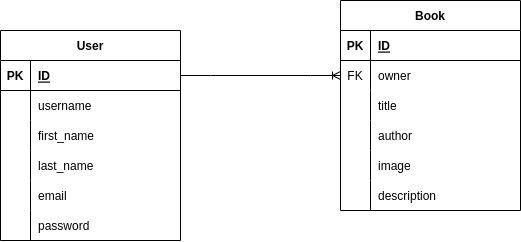
sobirjonovme/book_exchange_api keeps this draw.io diagram as Book_Exchange.drawio.png. Above is the earlier version. Source tidied: cells renumbered, new cells last; positions are measured from the earlier drawing's top-left corner, leaving out a move shared by most shapes.
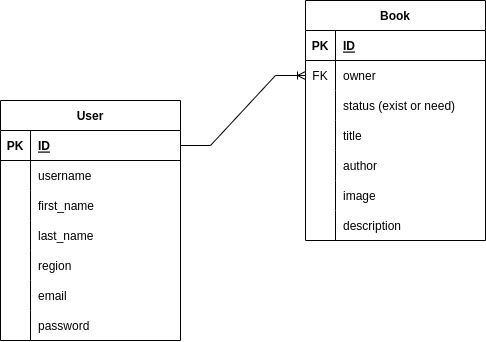
Later version of the same file.

What changed in the source:
```diff
@@ -3,7 +3,7 @@
     <mxCell id="0" />
     <mxCell id="1" parent="0" />
     <mxCell id="2" value="User" style="shape=table;startSize=30;rowLines=0;fontStyle=1;align=center;" parent="1" vertex="1">
-      <mxGeometry y="30" width="180" height="210" as="geometry" />
+      <mxGeometry y="30" width="180" height="240" as="geometry" />
     </mxCell>
     <mxCell id="3" style="shape=tableRow;horizontal=0;startSize=0;swimlaneHead=0;swimlaneBody=0;fillColor=none;points=[[0,0.5],[1,0.5]];portConstraint=eastwest;top=0;left=0;right=0;bottom=1;" parent="2" vertex="1">
       <mxGeometry y="30" width="180" height="30" as="geometry" />
@@ -41,8 +41,17 @@
     <mxCell id="14" value="last_name" style="shape=partialRectangle;fillColor=none;top=0;left=0;bottom=0;right=0;align=left;spacingLeft=6;overflow=hidden;" parent="12" vertex="1">
       <mxGeometry x="30" width="150" height="30" as="geometry" />
     </mxCell>
+    <mxCell id="41" style="shape=tableRow;horizontal=0;startSize=0;swimlaneHead=0;swimlaneBody=0;fillColor=none;top=0;left=0;right=0;bottom=0;" parent="2" vertex="1">
+      <mxGeometry y="150" width="180" height="30" as="geometry" />
+    </mxCell>
+    <mxCell id="42" style="shape=partialRectangle;fillColor=none;top=0;left=0;bottom=0;right=0;overflow=hidden;" parent="41" vertex="1">
+      <mxGeometry width="30" height="30" as="geometry" />
+    </mxCell>
+    <mxCell id="43" value="region" style="shape=partialRectangle;fillColor=none;top=0;left=0;bottom=0;right=0;align=left;spacingLeft=6;overflow=hidden;" parent="41" vertex="1">
+      <mxGeometry x="30" width="150" height="30" as="geometry" />
+    </mxCell>
     <mxCell id="15" style="shape=tableRow;horizontal=0;startSize=0;swimlaneHead=0;swimlaneBody=0;fillColor=none;top=0;left=0;right=0;bottom=0;" parent="2" vertex="1">
-      <mxGeometry y="150" width="180" height="30" as="geometry" />
+      <mxGeometry y="180" width="180" height="30" as="geometry" />
     </mxCell>
     <mxCell id="16" style="shape=partialRectangle;fillColor=none;top=0;left=0;bottom=0;right=0;overflow=hidden;" parent="15" vertex="1">
       <mxGeometry width="30" height="30" as="geometry" />
@@ -51,7 +60,7 @@
       <mxGeometry x="30" width="150" height="30" as="geometry" />
     </mxCell>
     <mxCell id="18" style="shape=tableRow;horizontal=0;startSize=0;swimlaneHead=0;swimlaneBody=0;fillColor=none;top=0;left=0;right=0;bottom=0;" parent="2" vertex="1">
-      <mxGeometry y="180" width="180" height="30" as="geometry" />
+      <mxGeometry y="210" width="180" height="30" as="geometry" />
     </mxCell>
     <mxCell id="19" style="shape=partialRectangle;fillColor=none;top=0;left=0;bottom=0;right=0;overflow=hidden;" parent="18" vertex="1">
       <mxGeometry width="30" height="30" as="geometry" />
@@ -60,7 +69,7 @@
       <mxGeometry x="30" width="150" height="30" as="geometry" />
     </mxCell>
     <mxCell id="21" value="Book" style="shape=table;startSize=30;rowLines=0;fontStyle=1;align=center;" parent="1" vertex="1">
-      <mxGeometry x="340" width="180" height="210" as="geometry" />
+      <mxGeometry x="305" y="-70" width="180" height="240" as="geometry" />
     </mxCell>
     <mxCell id="22" style="shape=tableRow;horizontal=0;startSize=0;swimlaneHead=0;swimlaneBody=0;fillColor=none;top=0;left=0;right=0;bottom=1;" parent="21" vertex="1">
       <mxGeometry y="30" width="180" height="30" as="geometry" />
@@ -80,8 +89,17 @@
     <mxCell id="27" value="owner" style="shape=partialRectangle;fillColor=none;top=0;left=0;bottom=0;right=0;align=left;spacingLeft=6;overflow=hidden;" parent="25" vertex="1">
       <mxGeometry x="30" width="150" height="30" as="geometry" />
     </mxCell>
+    <mxCell id="44" style="shape=tableRow;horizontal=0;startSize=0;swimlaneHead=0;swimlaneBody=0;fillColor=none;top=0;left=0;right=0;bottom=0;" parent="21" vertex="1">
+      <mxGeometry y="90" width="180" height="30" as="geometry" />
+    </mxCell>
+    <mxCell id="45" style="shape=partialRectangle;fillColor=none;top=0;left=0;bottom=0;right=0;overflow=hidden;" parent="44" vertex="1">
+      <mxGeometry width="30" height="30" as="geometry" />
+    </mxCell>
+    <mxCell id="46" value="status (exist or need)" style="shape=partialRectangle;fillColor=none;top=0;left=0;bottom=0;right=0;align=left;spacingLeft=6;overflow=hidden;" parent="44" vertex="1">
+      <mxGeometry x="30" width="150" height="30" as="geometry" />
+    </mxCell>
     <mxCell id="28" style="shape=tableRow;horizontal=0;startSize=0;swimlaneHead=0;swimlaneBody=0;fillColor=none;top=0;left=0;right=0;bottom=0;" parent="21" vertex="1">
-      <mxGeometry y="90" width="180" height="30" as="geometry" />
+      <mxGeometry y="120" width="180" height="30" as="geometry" />
     </mxCell>
     <mxCell id="29" style="shape=partialRectangle;fillColor=none;top=0;left=0;bottom=0;right=0;overflow=hidden;" parent="28" vertex="1">
       <mxGeometry width="30" height="30" as="geometry" />
@@ -90,7 +108,7 @@
       <mxGeometry x="30" width="150" height="30" as="geometry" />
     </mxCell>
     <mxCell id="31" style="shape=tableRow;horizontal=0;startSize=0;swimlaneHead=0;swimlaneBody=0;fillColor=none;top=0;left=0;right=0;bottom=0;" parent="21" vertex="1">
-      <mxGeometry y="120" width="180" height="30" as="geometry" />
+      <mxGeometry y="150" width="180" height="30" as="geometry" />
     </mxCell>
     <mxCell id="32" style="shape=partialRectangle;fillColor=none;top=0;left=0;bottom=0;right=0;overflow=hidden;" parent="31" vertex="1">
       <mxGeometry width="30" height="30" as="geometry" />
@@ -99,7 +117,7 @@
       <mxGeometry x="30" width="150" height="30" as="geometry" />
     </mxCell>
     <mxCell id="34" style="shape=tableRow;horizontal=0;startSize=0;swimlaneHead=0;swimlaneBody=0;fillColor=none;top=0;left=0;right=0;bottom=0;" parent="21" vertex="1">
-      <mxGeometry y="150" width="180" height="30" as="geometry" />
+      <mxGeometry y="180" width="180" height="30" as="geometry" />
     </mxCell>
     <mxCell id="35" style="shape=partialRectangle;fillColor=none;top=0;left=0;bottom=0;right=0;overflow=hidden;" parent="34" vertex="1">
       <mxGeometry width="30" height="30" as="geometry" />
@@ -108,7 +126,7 @@
       <mxGeometry x="30" width="150" height="30" as="geometry" />
     </mxCell>
     <mxCell id="37" style="shape=tableRow;horizontal=0;startSize=0;swimlaneHead=0;swimlaneBody=0;fillColor=none;top=0;left=0;right=0;bottom=0;" parent="21" vertex="1">
-      <mxGeometry y="180" width="180" height="30" as="geometry" />
+      <mxGeometry y="210" width="180" height="30" as="geometry" />
     </mxCell>
     <mxCell id="38" style="shape=partialRectangle;fillColor=none;top=0;left=0;bottom=0;right=0;overflow=hidden;" parent="37" vertex="1">
       <mxGeometry width="30" height="30" as="geometry" />
```
